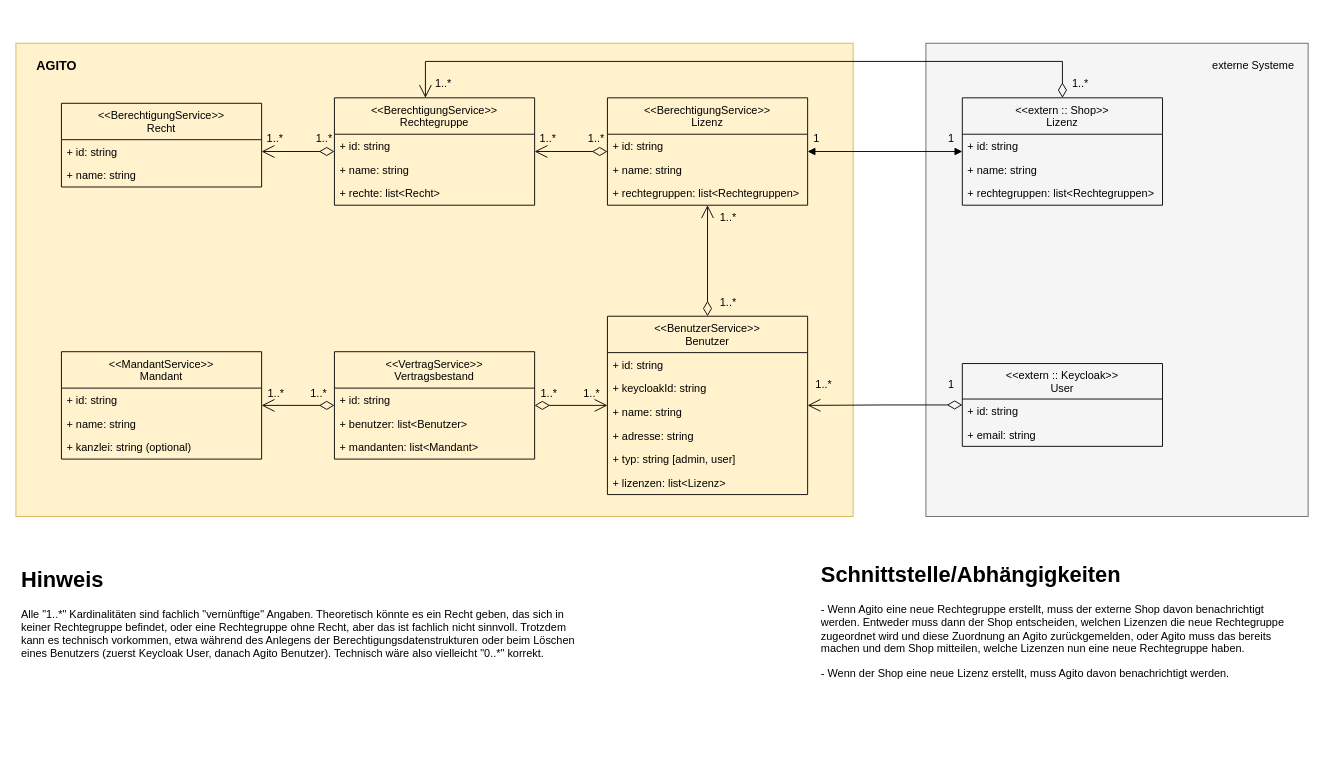
Before: architektur/Datenmodell.drawio in DirkPodolakEssquare/agenda, a draw.io diagram. Source tidied: cells renumbered, new cells numbered last; positions are measured from the earlier drawing's top-left corner, leaving out a move shared by most shapes. Both pictures are drawn from the tidied source at 91%, with x=0, y=0 at pixel (15, 43).
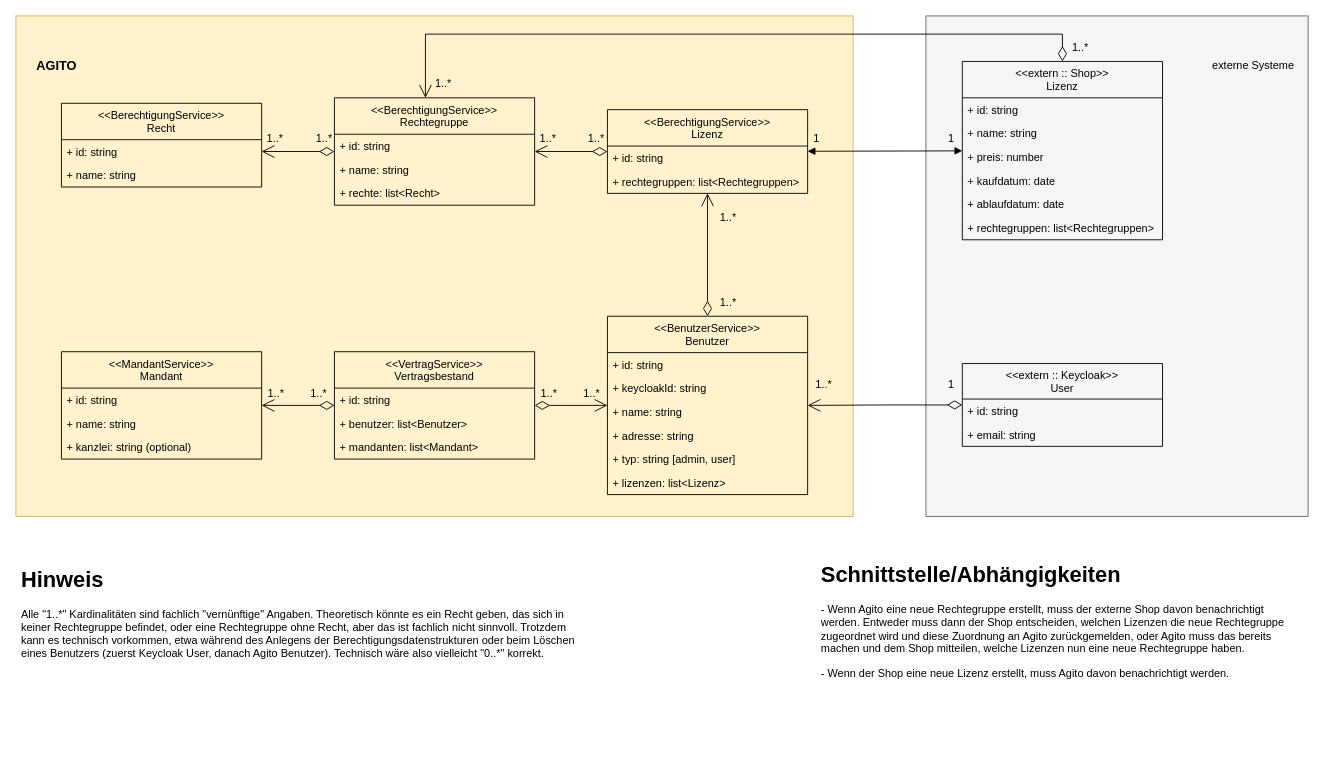
The same page after the edit.

Commit message:
bessere Unterscheidung einer Lizenz in Agito und Shop.drawio

The change refers to these unchanged cells:
```xml
<mxCell id="4" value="&lt;&lt;extern :: Keycloak&gt;&gt;&#10;User" style="swimlane;fontStyle=0;horizontal=1;startSize=39;fillColor=none;" parent="1" vertex="1">
  <mxGeometry x="1040" y="352" width="220" height="91" as="geometry" />
</mxCell>
<mxCell id="10" value="&lt;&lt;BerechtigungService&gt;&gt;&#10;Rechtegruppe" style="swimlane;fontStyle=0;horizontal=1;startSize=40;fillColor=none;" parent="1" vertex="1">
  <mxGeometry x="350" y="60" width="220" height="118" as="geometry" />
</mxCell>
<mxCell id="25" value="&lt;&lt;BenutzerService&gt;&gt;&#10;Benutzer" style="swimlane;fontStyle=0;horizontal=1;startSize=40;fillColor=none;" parent="1" vertex="1">
  <mxGeometry x="650" y="300" width="220" height="196" as="geometry" />
</mxCell>
<mxCell id="50" value="&lt;&lt;MandantService&gt;&gt;&#10;Mandant" style="swimlane;fontStyle=0;horizontal=1;startSize=40;fillColor=none;" parent="1" vertex="1">
  <mxGeometry x="50" y="339" width="220" height="118" as="geometry" />
</mxCell>
<mxCell id="54" value="&lt;&lt;VertragService&gt;&gt;&#10;Vertragsbestand" style="swimlane;fontStyle=0;horizontal=1;startSize=40;fillColor=none;" parent="1" vertex="1">
  <mxGeometry x="350" y="339" width="220" height="118" as="geometry" />
</mxCell>
```

Change to the diagram source:
```diff
@@
     <mxCell id="2" style="rounded=0;whiteSpace=wrap;html=1;fillColor=#fff2cc;strokeColor=#d6b656;" parent="1" vertex="1">
-      <mxGeometry width="920" height="520" as="geometry" />
+      <mxGeometry y="-30" width="920" height="550" as="geometry" />
     </mxCell>
     <mxCell id="3" style="rounded=0;whiteSpace=wrap;html=1;fillColor=#f5f5f5;fontColor=#333333;strokeColor=#666666;" parent="1" vertex="1">
-      <mxGeometry x="1000" width="420" height="520" as="geometry" />
+      <mxGeometry x="1000" y="-30" width="420" height="550" as="geometry" />
     </mxCell>
@@
     <mxCell id="14" value="&lt;&lt;BerechtigungService&gt;&gt;&#10;Lizenz" style="swimlane;fontStyle=0;horizontal=1;startSize=40;fillColor=none;" parent="1" vertex="1">
-      <mxGeometry x="650" y="60" width="220" height="118" as="geometry" />
+      <mxGeometry x="650" y="73" width="220" height="92" as="geometry" />
     </mxCell>
@@
-    <mxCell id="16" value="+ name: string" style="text;strokeColor=none;fillColor=none;align=left;verticalAlign=top;spacingLeft=4;spacingRight=4;overflow=hidden;" parent="14" vertex="1">
-      <mxGeometry y="66" width="220" height="26" as="geometry" />
-    </mxCell>
     <mxCell id="17" value="+ rechtegruppen: list&lt;Rechtegruppen&gt;" style="text;strokeColor=none;fillColor=none;align=left;verticalAlign=top;spacingLeft=4;spacingRight=4;overflow=hidden;" parent="14" vertex="1">
-      <mxGeometry y="92" width="220" height="26" as="geometry" />
+      <mxGeometry y="66" width="220" height="26" as="geometry" />
     </mxCell>
@@
     <mxCell id="22" style="endArrow=open;html=1;endSize=12;startArrow=diamondThin;startSize=14;startFill=0;edgeStyle=orthogonalEdgeStyle;align=left;verticalAlign=bottom;rounded=0;" parent="1" edge="1" source="14" target="10">
-      <mxGeometry x="594" y="-710" as="geometry" />
+      <mxGeometry x="594" y="-670" as="geometry" />
     </mxCell>
@@
     <mxCell id="32" value="&lt;&lt;extern :: Shop&gt;&gt;&#10;Lizenz" style="swimlane;fontStyle=0;horizontal=1;startSize=40;fillColor=none;" parent="1" vertex="1">
-      <mxGeometry x="1040" y="60" width="220" height="118" as="geometry" />
+      <mxGeometry x="1040" y="20" width="220" height="196" as="geometry" />
     </mxCell>
@@
+    <mxCell id="66" value="+ preis: number" style="text;strokeColor=none;fillColor=none;align=left;verticalAlign=top;spacingLeft=4;spacingRight=4;overflow=hidden;" parent="32" vertex="1">
+      <mxGeometry y="92" width="220" height="26" as="geometry" />
+    </mxCell>
+    <mxCell id="67" value="+ kaufdatum: date" style="text;strokeColor=none;fillColor=none;align=left;verticalAlign=top;spacingLeft=4;spacingRight=4;overflow=hidden;" parent="32" vertex="1">
+      <mxGeometry y="118" width="220" height="26" as="geometry" />
+    </mxCell>
+    <mxCell id="68" value="+ ablaufdatum: date" style="text;strokeColor=none;fillColor=none;align=left;verticalAlign=top;spacingLeft=4;spacingRight=4;overflow=hidden;" parent="32" vertex="1">
+      <mxGeometry y="144" width="220" height="26" as="geometry" />
+    </mxCell>
     <mxCell id="35" value="+ rechtegruppen: list&lt;Rechtegruppen&gt;" style="text;strokeColor=none;fillColor=none;align=left;verticalAlign=top;spacingLeft=4;spacingRight=4;overflow=hidden;" parent="32" vertex="1">
-      <mxGeometry y="92" width="220" height="26" as="geometry" />
+      <mxGeometry y="170" width="220" height="26" as="geometry" />
     </mxCell>
@@
     <mxCell id="40" style="endArrow=open;html=1;endSize=12;startArrow=diamondThin;startSize=14;startFill=0;edgeStyle=orthogonalEdgeStyle;align=left;verticalAlign=bottom;rounded=0;" parent="1" edge="1" source="4" target="25">
-      <mxGeometry x="654" y="-640" as="geometry" />
+      <mxGeometry x="654" y="-600" as="geometry" />
     </mxCell>
@@
     <mxCell id="42" style="endArrow=open;html=1;endSize=12;startArrow=diamondThin;startSize=14;startFill=0;edgeStyle=orthogonalEdgeStyle;align=left;verticalAlign=bottom;rounded=0;" parent="1" edge="1" source="25" target="14">
-      <mxGeometry x="674" y="-630" as="geometry" />
+      <mxGeometry x="674" y="-590" as="geometry" />
     </mxCell>
@@
     <mxCell id="47" style="endArrow=open;html=1;endSize=12;startArrow=diamondThin;startSize=14;startFill=0;edgeStyle=orthogonalEdgeStyle;align=left;verticalAlign=bottom;rounded=0;exitX=0.5;exitY=0;exitDx=0;exitDy=0;" parent="1" edge="1" source="32" target="10">
-      <mxGeometry x="1434" y="-720" as="geometry">
+      <mxGeometry x="1434" y="-680" as="geometry">
         <Array as="points">
-          <mxPoint x="1150" y="20" />
-          <mxPoint x="450" y="20" />
+          <mxPoint x="1150" y="-10" />
+          <mxPoint x="450" y="-10" />
         </Array>
       </mxGeometry>
     </mxCell>
     <mxCell id="48" value="1..*" style="text;html=1;strokeColor=none;fillColor=none;align=center;verticalAlign=middle;whiteSpace=wrap;rounded=0;" parent="1" vertex="1">
-      <mxGeometry x="1140" y="30" width="60" height="30" as="geometry" />
+      <mxGeometry x="1140" y="-10" width="60" height="30" as="geometry" />
     </mxCell>
@@
     <mxCell id="58" style="endArrow=open;html=1;endSize=12;startArrow=diamondThin;startSize=14;startFill=0;edgeStyle=orthogonalEdgeStyle;align=left;verticalAlign=bottom;rounded=0;" parent="1" edge="1" source="54" target="50">
-      <mxGeometry x="684" y="-581" as="geometry" />
+      <mxGeometry x="684" y="-541" as="geometry" />
     </mxCell>
     <mxCell id="59" style="endArrow=open;html=1;endSize=12;startArrow=diamondThin;startSize=14;startFill=0;edgeStyle=orthogonalEdgeStyle;align=left;verticalAlign=bottom;rounded=0;" parent="1" edge="1" source="54" target="25">
-      <mxGeometry x="694" y="-610" as="geometry" />
+      <mxGeometry x="694" y="-570" as="geometry" />
     </mxCell>
```
